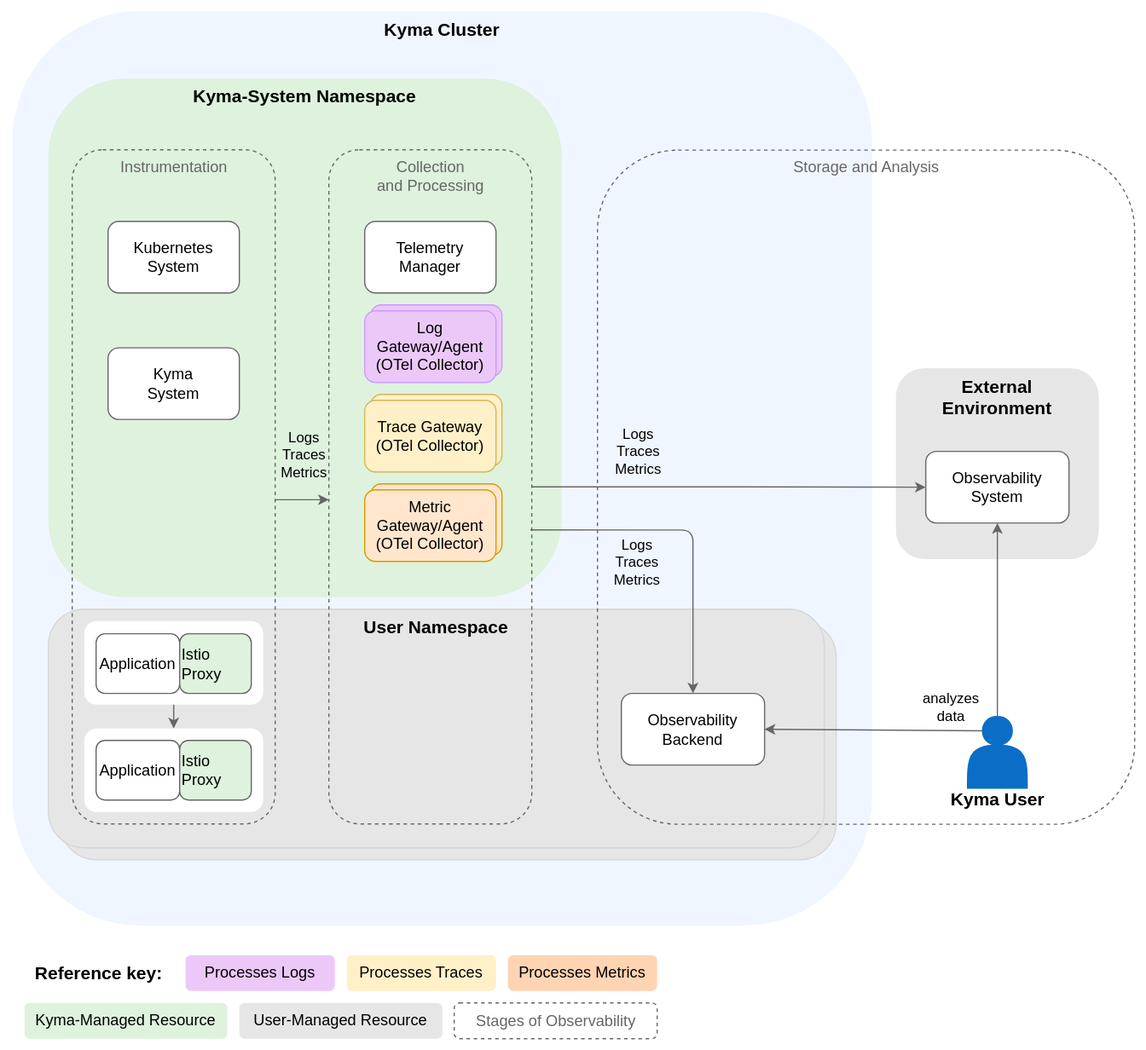
Earlier version of the draw.io export docs/user/assets/telemetry-arch.drawio.svg (kyma-project/telemetry-manager). Source tidied: cells renumbered, new cells last; positions are measured from the earlier drawing's top-left corner, leaving out a move shared by most shapes.
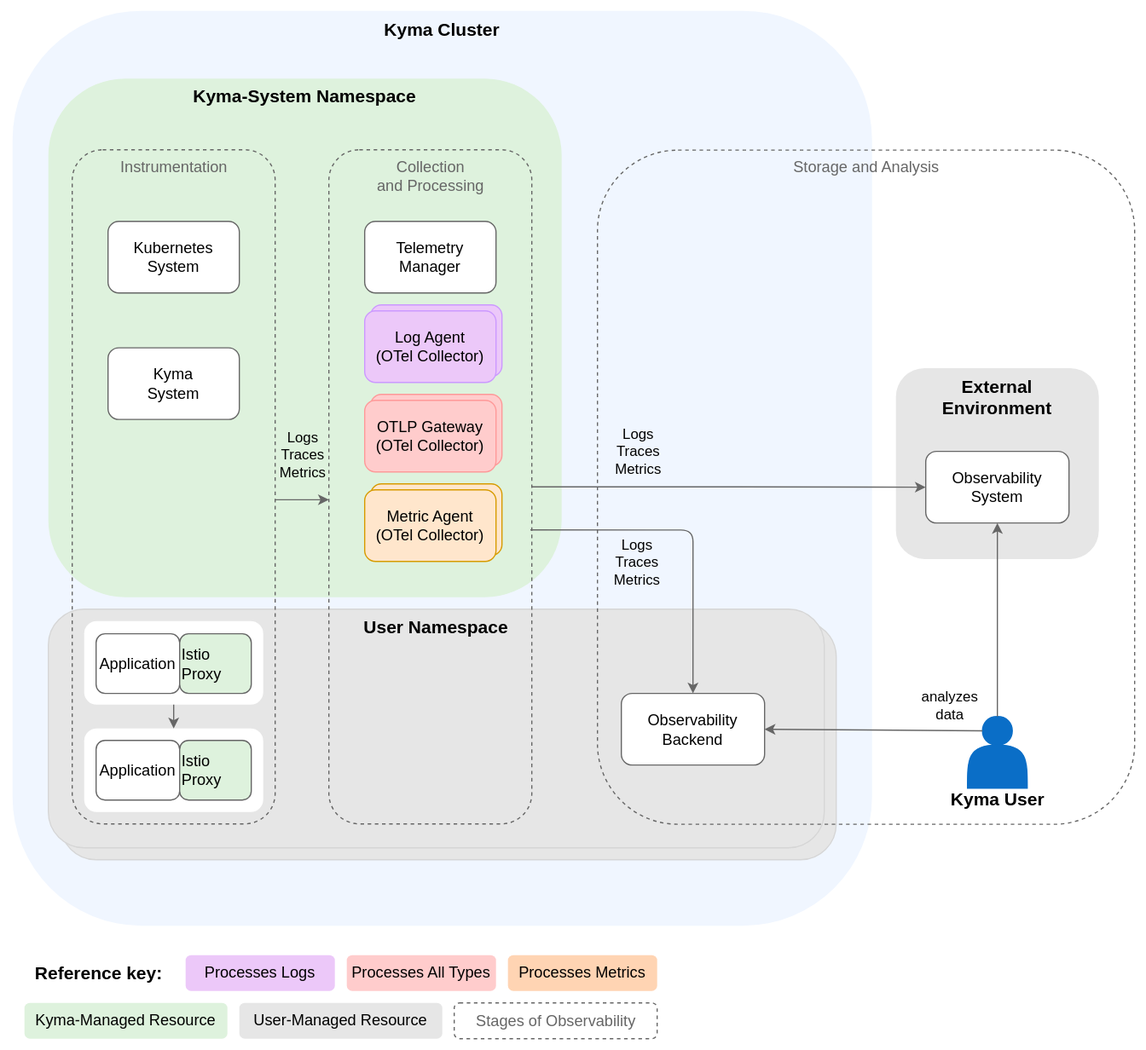
After the commit.

Change to the diagram source:
```diff
@@ -74,7 +74,7 @@
     <mxCell id="22" value="Log Agent&lt;br&gt;(Fluent Bit)" style="rounded=1;whiteSpace=wrap;html=1;fillColor=#ecc8f9;strokeColor=#CC99FF;fontColor=#000000;" parent="1" vertex="1">
       <mxGeometry x="310" y="255" width="110" height="60" as="geometry" />
     </mxCell>
-    <mxCell id="23" value="Trace Gateway&lt;br&gt;(Otel Collector)" style="rounded=1;whiteSpace=wrap;html=1;fillColor=#fff0c7;strokeColor=#D6B656;fontColor=#000000;" parent="1" vertex="1">
+    <mxCell id="23" value="Trace Gateway&lt;br&gt;(Otel Collector)" style="rounded=1;whiteSpace=wrap;html=1;fillColor=#FFCCCC;strokeColor=#FF9999;fontColor=#000000;" parent="1" vertex="1">
       <mxGeometry x="310" y="330" width="110" height="60" as="geometry" />
     </mxCell>
     <mxCell id="24" value="&lt;font style=&quot;font-size: 15px;&quot;&gt;&lt;b&gt;Reference key:&lt;/b&gt;&lt;/font&gt;" style="text;html=1;align=center;verticalAlign=middle;strokeColor=none;fillColor=#FFFFFF;fontColor=#000000;" parent="1" vertex="1">
@@ -83,7 +83,7 @@
     <mxCell id="25" value="&lt;span style=&quot;color: rgb(0, 0, 0); font-family: Helvetica; font-size: 13px; font-style: normal; font-variant-ligatures: normal; font-variant-caps: normal; font-weight: 400; letter-spacing: normal; orphans: 2; text-indent: 0px; text-transform: none; widows: 2; word-spacing: 0px; -webkit-text-stroke-width: 0px; text-decoration-thickness: initial; text-decoration-style: initial; text-decoration-color: initial; float: none; display: inline !important;&quot;&gt;Processes Logs&lt;/span&gt;" style="text;whiteSpace=wrap;html=1;strokeColor=none;rounded=1;fillColor=#ecc8f9;align=center;fontSize=13;" parent="1" vertex="1">
       <mxGeometry x="155" y="800" width="125" height="30" as="geometry" />
     </mxCell>
-    <mxCell id="26" value="&lt;span style=&quot;color: rgb(0, 0, 0); font-family: Helvetica; font-size: 13px; font-style: normal; font-variant-ligatures: normal; font-variant-caps: normal; font-weight: 400; letter-spacing: normal; orphans: 2; text-indent: 0px; text-transform: none; widows: 2; word-spacing: 0px; -webkit-text-stroke-width: 0px; text-decoration-thickness: initial; text-decoration-style: initial; text-decoration-color: initial; float: none; display: inline !important;&quot;&gt;Processes Traces&lt;/span&gt;" style="text;whiteSpace=wrap;html=1;strokeColor=none;rounded=1;fillColor=#fff0c7;align=center;fontSize=13;" parent="1" vertex="1">
+    <mxCell id="26" value="&lt;span style=&quot;color: rgb(0, 0, 0); font-family: Helvetica; font-size: 13px; font-style: normal; font-variant-ligatures: normal; font-variant-caps: normal; font-weight: 400; letter-spacing: normal; orphans: 2; text-indent: 0px; text-transform: none; widows: 2; word-spacing: 0px; -webkit-text-stroke-width: 0px; text-decoration-thickness: initial; text-decoration-style: initial; text-decoration-color: initial; float: none; display: inline !important;&quot;&gt;Processes All Types&lt;/span&gt;" style="text;whiteSpace=wrap;html=1;strokeColor=none;rounded=1;fillColor=#FFCCCC;align=center;fontSize=13;" parent="1" vertex="1">
       <mxGeometry x="290" y="800" width="125" height="30" as="geometry" />
     </mxCell>
     <mxCell id="27" value="&lt;span style=&quot;color: rgb(0, 0, 0); font-family: Helvetica; font-size: 13px; font-style: normal; font-variant-ligatures: normal; font-variant-caps: normal; font-weight: 400; letter-spacing: normal; orphans: 2; text-indent: 0px; text-transform: none; widows: 2; word-spacing: 0px; -webkit-text-stroke-width: 0px; text-decoration-thickness: initial; text-decoration-style: initial; text-decoration-color: initial; float: none; display: inline !important;&quot;&gt;Processes Metrics&lt;/span&gt;" style="text;whiteSpace=wrap;html=1;strokeColor=none;rounded=1;fillColor=#ffd4b3;align=center;fontSize=13;" parent="1" vertex="1">
@@ -118,13 +118,13 @@
     <mxCell id="36" style="rounded=1;jettySize=auto;html=1;strokeColor=#666666;exitX=0.25;exitY=0.2;exitDx=0;exitDy=0;exitPerimeter=0;entryX=1;entryY=0.5;entryDx=0;entryDy=0;" parent="1" edge="1" source="32" target="14">
       <mxGeometry relative="1" as="geometry" />
     </mxCell>
-    <mxCell id="37" value="Metric Gateway/Agent&lt;br style=&quot;font-size: 13px;&quot;&gt;(OTel&amp;nbsp;Collector)" style="rounded=1;whiteSpace=wrap;html=1;fillColor=#ffe6cc;strokeColor=#d79b00;fontSize=13;" parent="1" vertex="1">
+    <mxCell id="37" value="Metric Agent&lt;br style=&quot;font-size: 13px;&quot;&gt;(OTel&amp;nbsp;Collector)" style="rounded=1;whiteSpace=wrap;html=1;fillColor=#ffe6cc;strokeColor=#d79b00;fontSize=13;" parent="1" vertex="1">
       <mxGeometry x="305" y="410" width="110" height="60" as="geometry" />
     </mxCell>
-    <mxCell id="38" value="Trace Gateway&lt;br style=&quot;font-size: 13px;&quot;&gt;(OTel&amp;nbsp;Collector)" style="rounded=1;whiteSpace=wrap;html=1;fillColor=#fff0c7;strokeColor=#D6B656;fontColor=#000000;fontSize=13;" parent="1" vertex="1">
+    <mxCell id="38" value="OTLP Gateway&lt;br style=&quot;font-size: 13px;&quot;&gt;(OTel&amp;nbsp;Collector)" style="rounded=1;whiteSpace=wrap;html=1;fillColor=#FFCCCC;strokeColor=#FF9999;fontColor=#000000;fontSize=13;" parent="1" vertex="1">
       <mxGeometry x="305" y="335" width="110" height="60" as="geometry" />
     </mxCell>
-    <mxCell id="39" value="Log Gateway/Agent&lt;br style=&quot;font-size: 13px;&quot;&gt;(OTel Collector)" style="rounded=1;whiteSpace=wrap;html=1;fillColor=#ecc8f9;strokeColor=#CC99FF;fontColor=#000000;fontSize=13;" parent="1" vertex="1">
+    <mxCell id="39" value="Log Agent&lt;br style=&quot;font-size: 13px;&quot;&gt;(OTel Collector)" style="rounded=1;whiteSpace=wrap;html=1;fillColor=#ecc8f9;strokeColor=#CC99FF;fontColor=#000000;fontSize=13;" parent="1" vertex="1">
       <mxGeometry x="305" y="260" width="110" height="60" as="geometry" />
     </mxCell>
     <mxCell id="40" style="rounded=1;whiteSpace=wrap;html=1;fillColor=#FFFFFF;strokeColor=none;fontColor=#000000;dashed=1;dashPattern=1 4;" parent="1" vertex="1">
```
